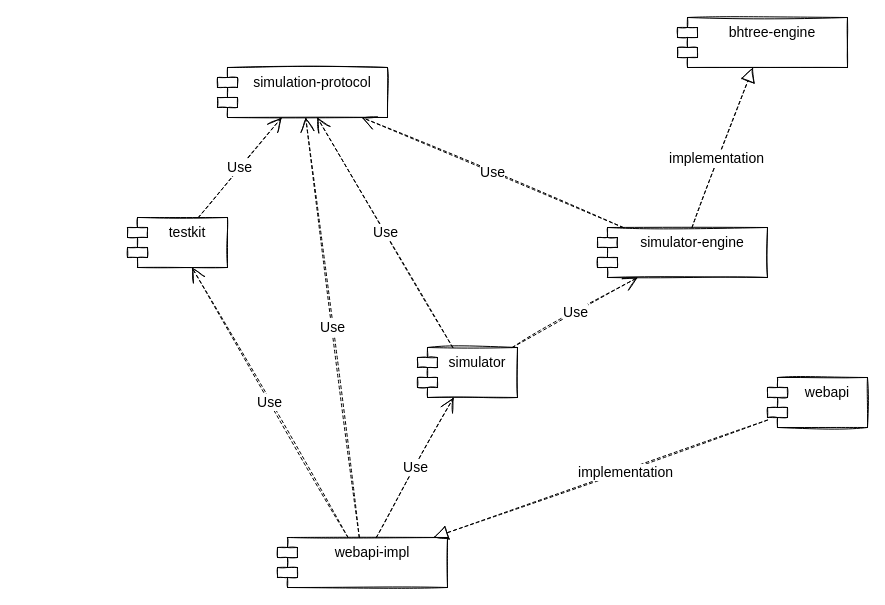
Before: page "modules" (5 of 5) of stars-simulator.drawio in estrondo/diagrams.net, a draw.io diagram. Source tidied: cells renumbered, new cells numbered last; positions are measured from the earlier drawing's top-left corner, leaving out a move shared by most shapes. Both pictures are drawn from the tidied source at 100%, with x=0, y=0 at pixel (127, 17).
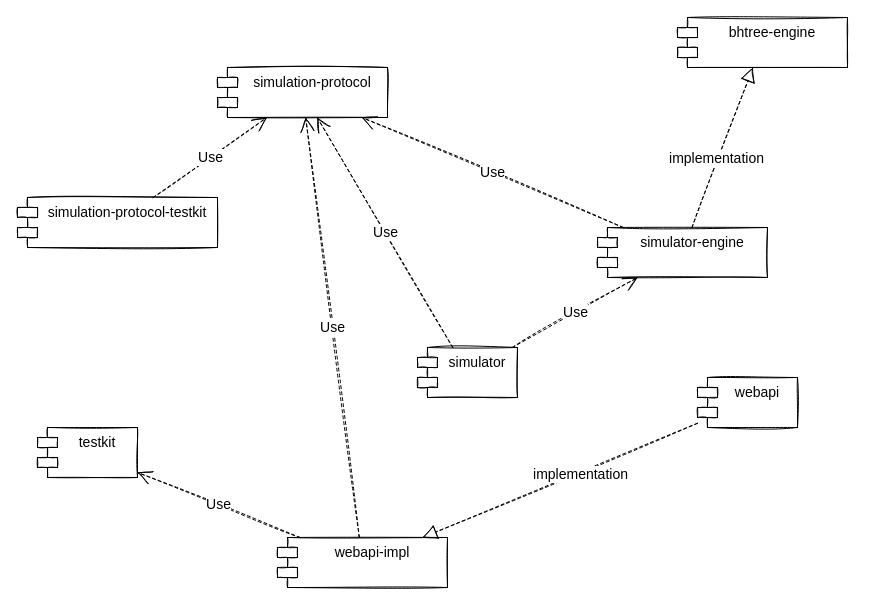
Above is the later version.

Change to the diagram source:
```diff
@@
 <mxGraphModel>
   <root>
     <mxCell id="0" />
     <mxCell id="1" parent="0" />
     <mxCell id="2" value="simulator" style="shape=module;align=left;spacingLeft=20;align=center;verticalAlign=top;sketch=1;fontSize=14;" parent="1" vertex="1">
       <mxGeometry x="290" y="330" width="100" height="50" as="geometry" />
     </mxCell>
     <mxCell id="3" value="simulator-engine" style="shape=module;align=left;spacingLeft=20;align=center;verticalAlign=top;sketch=1;fontSize=14;" parent="1" vertex="1">
       <mxGeometry x="470" y="210" width="170" height="50" as="geometry" />
     </mxCell>
     <mxCell id="4" value="bhtree-engine" style="shape=module;align=left;spacingLeft=20;align=center;verticalAlign=top;sketch=1;fontSize=14;" parent="1" vertex="1">
       <mxGeometry x="550" width="170" height="50" as="geometry" />
     </mxCell>
     <mxCell id="5" style="endArrow=block;dashed=1;endFill=0;endSize=12;rounded=0;sketch=1;fontSize=14;fontColor=#000000;labelBorderColor=none;html=1;" parent="1" edge="1" source="3" target="4">
       <mxGeometry relative="1" as="geometry" />
     </mxCell>
     <mxCell id="6" value="implementation" style="edgeLabel;html=1;align=center;verticalAlign=middle;fontSize=14;fontColor=#000000;fontFamily=Helvetica;" parent="5" vertex="1">
       <mxGeometry x="-0.14" y="2" relative="1" as="geometry" />
     </mxCell>
     <mxCell id="7" value="simulation-protocol" style="shape=module;align=left;spacingLeft=20;align=center;verticalAlign=top;sketch=1;fontSize=14;" parent="1" vertex="1">
       <mxGeometry x="90" y="50" width="170" height="50" as="geometry" />
     </mxCell>
     <mxCell id="8" value="testkit" style="shape=module;align=left;spacingLeft=20;align=center;verticalAlign=top;sketch=1;fontSize=14;" parent="1" vertex="1">
-      <mxGeometry y="200" width="100" height="50" as="geometry" />
+      <mxGeometry x="-90" y="410" width="100" height="50" as="geometry" />
     </mxCell>
     <mxCell id="9" value="webapi" style="shape=module;align=left;spacingLeft=20;align=center;verticalAlign=top;sketch=1;fontSize=14;" parent="1" vertex="1">
-      <mxGeometry x="640" y="360" width="100" height="50" as="geometry" />
+      <mxGeometry x="570" y="360" width="100" height="50" as="geometry" />
     </mxCell>
     <mxCell id="10" value="webapi-impl" style="shape=module;align=left;spacingLeft=20;align=center;verticalAlign=top;sketch=1;fontSize=14;" parent="1" vertex="1">
       <mxGeometry x="150" y="520" width="170" height="50" as="geometry" />
     </mxCell>
     <mxCell id="11" value="Use" style="endArrow=open;endSize=12;dashed=1;html=1;rounded=0;labelBorderColor=none;sketch=1;fontFamily=Helvetica;fontSize=14;fontColor=#000000;" parent="1" edge="1" source="2" target="7">
       <mxGeometry relative="1" as="geometry" />
     </mxCell>
     <mxCell id="12" value="Use" style="endArrow=open;endSize=12;dashed=1;html=1;rounded=0;labelBorderColor=none;sketch=1;fontFamily=Helvetica;fontSize=14;fontColor=#000000;" parent="1" edge="1" source="3" target="7">
       <mxGeometry relative="1" as="geometry" />
     </mxCell>
-    <mxCell id="13" value="Use" style="endArrow=open;endSize=12;dashed=1;html=1;rounded=0;labelBorderColor=none;sketch=1;fontFamily=Helvetica;fontSize=14;fontColor=#000000;" parent="1" edge="1" source="8" target="7">
-      <mxGeometry relative="1" as="geometry" />
-    </mxCell>
     <mxCell id="14" value="Use" style="endArrow=open;endSize=12;dashed=1;html=1;rounded=0;labelBorderColor=none;sketch=1;fontFamily=Helvetica;fontSize=14;fontColor=#000000;" parent="1" edge="1" source="10" target="7">
       <mxGeometry relative="1" as="geometry" />
     </mxCell>
-    <mxCell id="15" value="Use" style="endArrow=open;endSize=12;dashed=1;html=1;rounded=0;labelBorderColor=none;sketch=1;fontFamily=Helvetica;fontSize=14;fontColor=#000000;" parent="1" edge="1" source="10" target="2">
-      <mxGeometry relative="1" as="geometry" />
-    </mxCell>
     <mxCell id="16" style="endArrow=block;dashed=1;endFill=0;endSize=12;rounded=0;sketch=1;fontSize=14;fontColor=#000000;labelBorderColor=none;html=1;" parent="1" edge="1" source="9" target="10">
       <mxGeometry relative="1" as="geometry" />
     </mxCell>
     <mxCell id="17" value="implementation" style="edgeLabel;html=1;align=center;verticalAlign=middle;fontSize=14;fontColor=#000000;fontFamily=Helvetica;" parent="16" vertex="1">
       <mxGeometry x="-0.14" y="2" relative="1" as="geometry" />
     </mxCell>
     <mxCell id="18" value="Use" style="endArrow=open;endSize=12;dashed=1;html=1;rounded=0;labelBorderColor=none;sketch=1;fontFamily=Helvetica;fontSize=14;fontColor=#000000;" parent="1" edge="1" source="2" target="3">
       <mxGeometry relative="1" as="geometry" />
     </mxCell>
     <mxCell id="19" value="Use" style="endArrow=open;endSize=12;dashed=1;html=1;rounded=0;labelBorderColor=none;sketch=1;fontFamily=Helvetica;fontSize=14;fontColor=#000000;" parent="1" edge="1" source="10" target="8">
       <mxGeometry relative="1" as="geometry" />
     </mxCell>
+    <mxCell id="20" value="simulation-protocol-testkit" style="shape=module;align=left;spacingLeft=20;align=center;verticalAlign=top;sketch=1;fontSize=14;" parent="1" vertex="1">
+      <mxGeometry x="-110" y="180" width="200" height="50" as="geometry" />
+    </mxCell>
+    <mxCell id="21" value="Use" style="endArrow=open;endSize=12;dashed=1;html=1;rounded=0;labelBorderColor=none;sketch=1;fontFamily=Helvetica;fontSize=14;fontColor=#000000;" parent="1" edge="1" source="20" target="7">
+      <mxGeometry relative="1" as="geometry" />
+    </mxCell>
   </root>
 </mxGraphModel>
```
